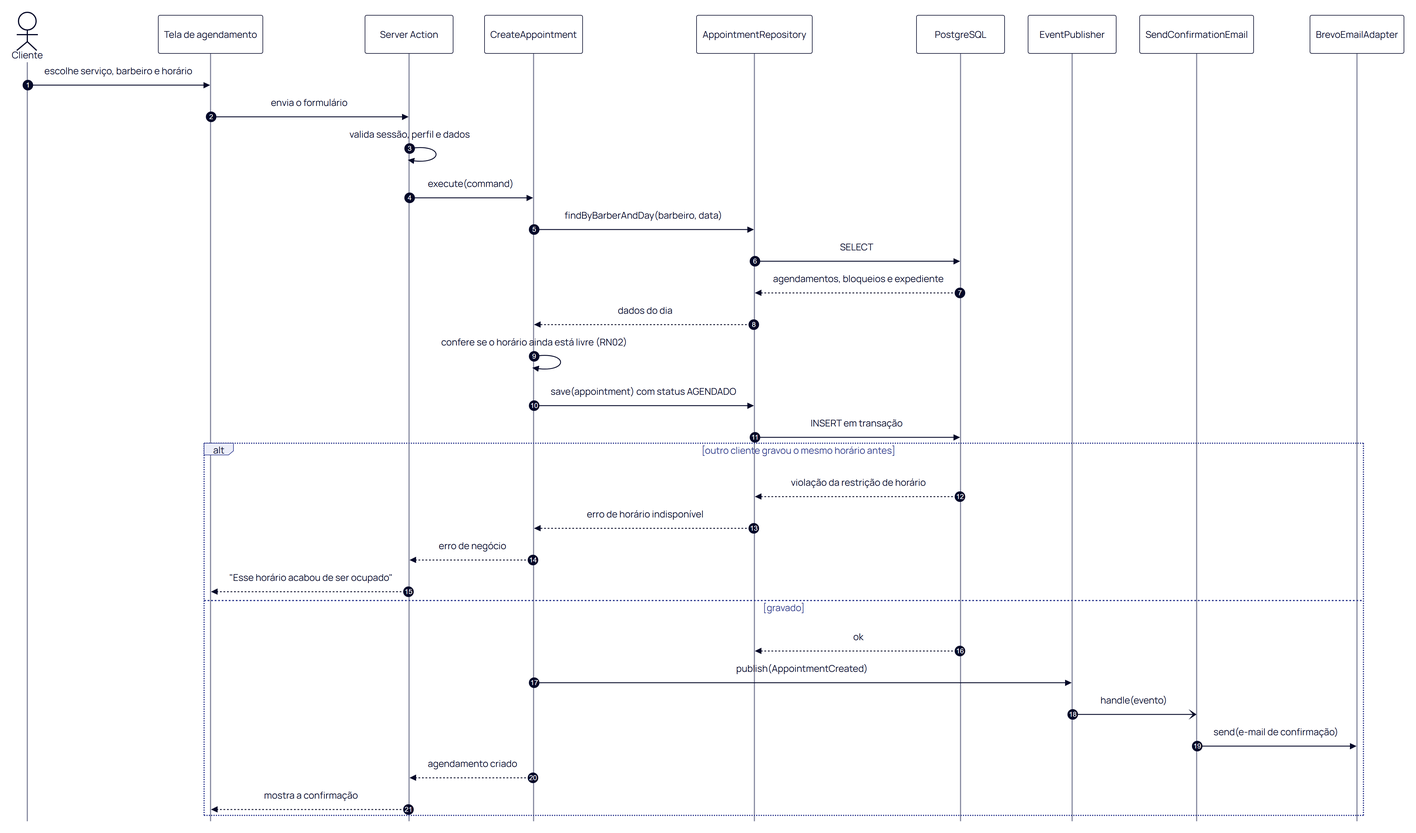
Earlier version of the Mermaid export docs/img/sequencia-agendar.png (jpdominguess/korte). Its source is kept beside it as docs/diagramas/sequencia-agendar.mmd. Its diagram source:
```mermaid
sequenceDiagram
    autonumber
    actor Cliente
    participant UI as Tela de agendamento
    participant SA as Server Action
    participant UC as CreateAppointment
    participant Rep as AppointmentRepository
    participant BD as PostgreSQL
    participant Ev as EventPublisher
    participant Obs as SendConfirmationEmail
    participant Mail as BrevoEmailAdapter

    Cliente->>UI: escolhe serviço, barbeiro e horário
    UI->>SA: envia o formulário
    SA->>SA: valida sessão, perfil e dados
    SA->>UC: execute(command)
    UC->>Rep: findByBarberAndDay(barbeiro, data)
    Rep->>BD: SELECT
    BD-->>Rep: agendamentos, bloqueios e expediente
    Rep-->>UC: dados do dia
    UC->>UC: confere se o horário ainda está livre (RN02)
    UC->>Rep: save(appointment) com status AGENDADO
    Rep->>BD: INSERT em transação
    alt outro cliente gravou o mesmo horário antes
        BD-->>Rep: violação da restrição de horário
        Rep-->>UC: erro de horário indisponível
        UC-->>SA: erro de negócio
        SA-->>UI: "Esse horário acabou de ser ocupado"
    else gravado
        BD-->>Rep: ok
        UC->>Ev: publish(AppointmentCreated)
        Ev-)Obs: handle(evento)
        Obs->>Mail: send(e-mail de confirmação)
        UC-->>SA: agendamento criado
        SA-->>UI: mostra a confirmação
    end
```
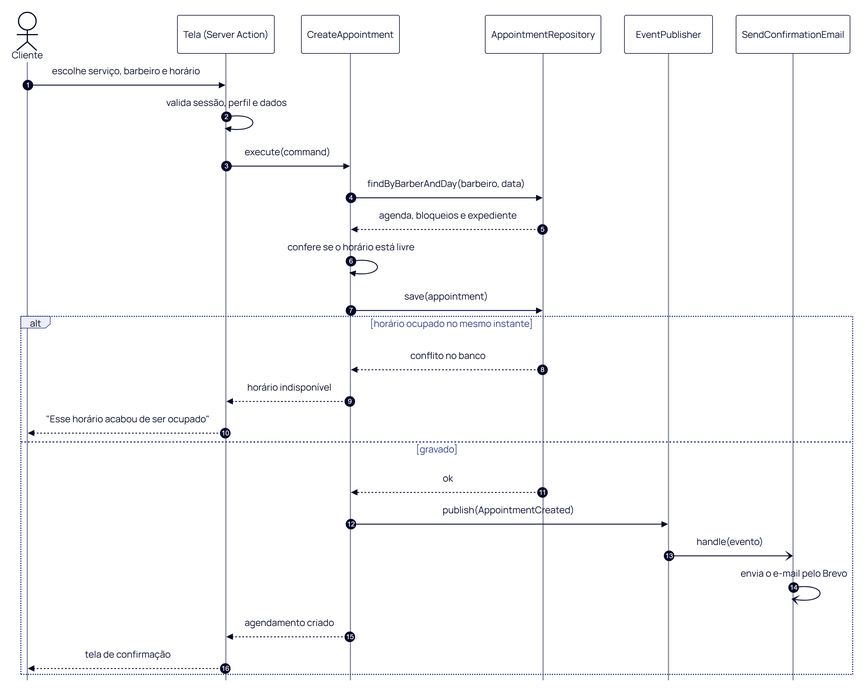
After the change.

Diff of the diagram source:
```diff
@@ -1,36 +1,28 @@
 sequenceDiagram
     autonumber
     actor Cliente
-    participant UI as Tela de agendamento
-    participant SA as Server Action
+    participant UI as Tela (Server Action)
     participant UC as CreateAppointment
     participant Rep as AppointmentRepository
-    participant BD as PostgreSQL
     participant Ev as EventPublisher
     participant Obs as SendConfirmationEmail
-    participant Mail as BrevoEmailAdapter
 
     Cliente->>UI: escolhe serviço, barbeiro e horário
-    UI->>SA: envia o formulário
-    SA->>SA: valida sessão, perfil e dados
-    SA->>UC: execute(command)
+    UI->>UI: valida sessão, perfil e dados
+    UI->>UC: execute(command)
     UC->>Rep: findByBarberAndDay(barbeiro, data)
-    Rep->>BD: SELECT
-    BD-->>Rep: agendamentos, bloqueios e expediente
-    Rep-->>UC: dados do dia
-    UC->>UC: confere se o horário ainda está livre (RN02)
-    UC->>Rep: save(appointment) com status AGENDADO
-    Rep->>BD: INSERT em transação
-    alt outro cliente gravou o mesmo horário antes
-        BD-->>Rep: violação da restrição de horário
-        Rep-->>UC: erro de horário indisponível
-        UC-->>SA: erro de negócio
-        SA-->>UI: "Esse horário acabou de ser ocupado"
+    Rep-->>UC: agenda, bloqueios e expediente
+    UC->>UC: confere se o horário está livre
+    UC->>Rep: save(appointment)
+    alt horário ocupado no mesmo instante
+        Rep-->>UC: conflito no banco
+        UC-->>UI: horário indisponível
+        UI-->>Cliente: "Esse horário acabou de ser ocupado"
     else gravado
-        BD-->>Rep: ok
+        Rep-->>UC: ok
         UC->>Ev: publish(AppointmentCreated)
         Ev-)Obs: handle(evento)
-        Obs->>Mail: send(e-mail de confirmação)
-        UC-->>SA: agendamento criado
-        SA-->>UI: mostra a confirmação
+        Obs-)Obs: envia o e-mail pelo Brevo
+        UC-->>UI: agendamento criado
+        UI-->>Cliente: tela de confirmação
     end
```
